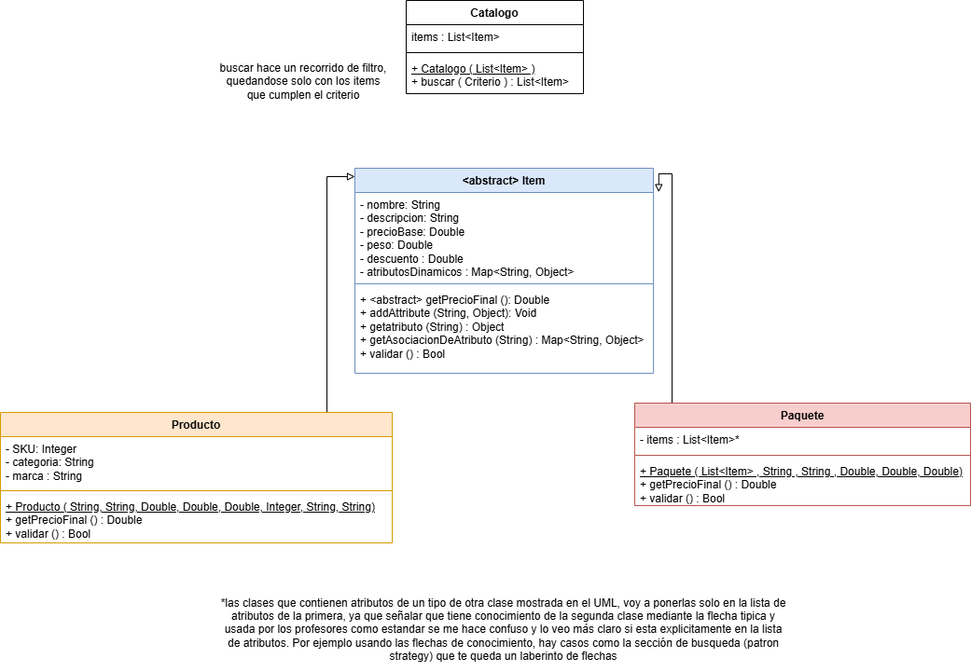
Earlier version of the draw.io export src/catalogo/UML.png (DemartinoFrancisco/UNQ-Shop). Source tidied: cells renumbered, new cells last; positions are measured from the earlier drawing's top-left corner, leaving out a move shared by most shapes.
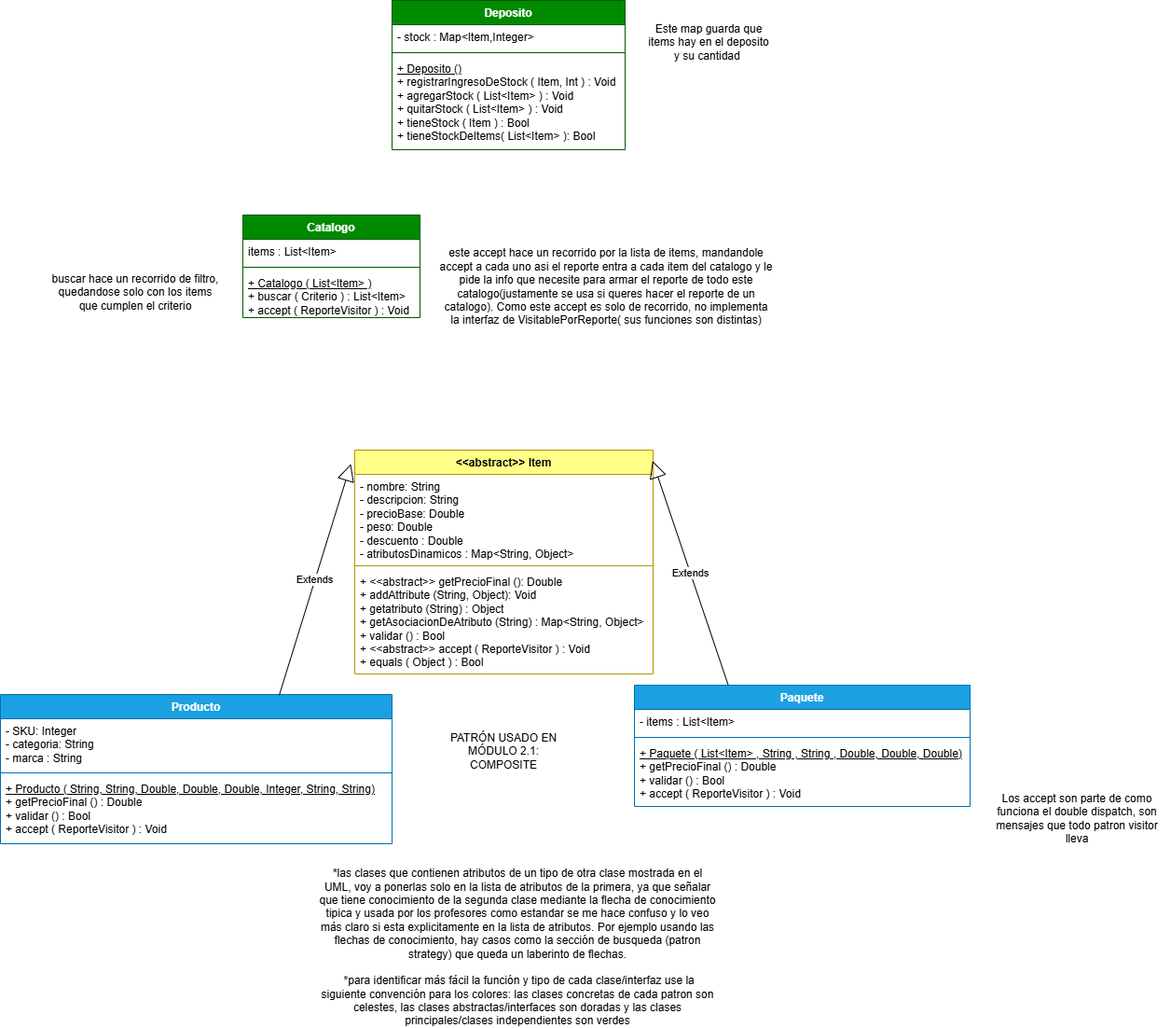
Later version of the same file.

The edit, as a diff of the source:
```diff
@@ -2,16 +2,29 @@
   <root>
     <mxCell id="0" />
     <mxCell id="1" parent="0" />
-    <mxCell id="2" style="edgeStyle=orthogonalEdgeStyle;rounded=0;jettySize=auto;html=1;endArrow=block;endFill=0;entryX=0;entryY=0.5;entryDx=0;entryDy=0;exitX=0.999;exitY=0.137;exitDx=0;exitDy=0;exitPerimeter=0;" parent="1" edge="1" source="3">
-      <mxGeometry relative="1" as="geometry">
-        <mxPoint x="380" y="189" as="targetPoint" />
-        <Array as="points">
-          <mxPoint x="350" y="189" />
-        </Array>
-      </mxGeometry>
-    </mxCell>
+    <mxCell id="20" value="buscar hace un recorrido de filtro, quedandose solo con los items que cumplen el criterio" style="text;html=1;whiteSpace=wrap;strokeColor=none;fillColor=none;align=center;verticalAlign=middle;rounded=0;" parent="1" vertex="1">
+      <mxGeometry x="10" y="488" width="190" height="30" as="geometry" />
+    </mxCell>
+    <mxCell id="16" value="Catalogo" style="swimlane;fontStyle=1;align=center;verticalAlign=top;horizontal=1;startSize=26;whiteSpace=wrap;html=1;fillColor=light-dark(#008A00,#00A500);fontColor=#ffffff;strokeColor=light-dark(#005700,#00A500);" parent="1" vertex="1">
+      <mxGeometry x="220" y="420" width="190" height="110" as="geometry" />
+    </mxCell>
+    <mxCell id="17" value="items : List&amp;lt;Item&amp;gt;" style="text;strokeColor=none;fillColor=none;align=left;verticalAlign=top;spacingLeft=4;spacingRight=4;overflow=hidden;whiteSpace=wrap;html=1;" parent="16" vertex="1">
+      <mxGeometry y="26" width="190" height="26" as="geometry" />
+    </mxCell>
+    <mxCell id="18" style="line;strokeWidth=1;fillColor=none;align=left;verticalAlign=middle;spacingTop=-1;spacingLeft=3;spacingRight=3;labelPosition=right;strokeColor=inherit;" parent="16" vertex="1">
+      <mxGeometry y="52" width="190" height="8" as="geometry" />
+    </mxCell>
+    <mxCell id="22" value="&lt;u&gt;+ Catalogo ( List&amp;lt;Item&amp;gt; )&lt;/u&gt;&lt;div&gt;+ buscar ( Criterio ) : List&amp;lt;Item&amp;gt;&lt;/div&gt;&lt;div&gt;+ accept ( ReporteVisitor ) : Void&lt;/div&gt;" style="text;strokeColor=none;fillColor=none;align=left;verticalAlign=top;spacingLeft=4;spacingRight=4;overflow=hidden;whiteSpace=wrap;html=1;" parent="16" vertex="1">
+      <mxGeometry y="60" width="190" height="50" as="geometry" />
+    </mxCell>
+    <mxCell id="23" value="Los accept son parte de como funciona el double dispatch, son mensajes que todo patron visitor lleva" style="text;html=1;whiteSpace=wrap;strokeColor=none;fillColor=none;align=center;verticalAlign=middle;rounded=0;" parent="1" vertex="1">
+      <mxGeometry x="1015" y="1052" width="200" height="30" as="geometry" />
+    </mxCell>
+    <mxCell id="24" value="este accept hace un recorrido por la lista de items, mandandole accept a cada uno asi el reporte entra a cada item del catalogo y le pide la info que necesite para armar el reporte de todo este catalogo(justamente se usa si queres hacer el reporte de un catalogo). Como este accept es solo de recorrido, no implementa la interfaz de VisitablePorReporte( sus funciones son distintas)" style="text;html=1;whiteSpace=wrap;strokeColor=none;fillColor=none;align=center;verticalAlign=middle;rounded=0;" parent="1" vertex="1">
+      <mxGeometry x="430" y="482" width="360" height="30" as="geometry" />
+    </mxCell>
-    <mxCell id="3" value="Producto" style="swimlane;fontStyle=1;align=center;verticalAlign=top;horizontal=1;startSize=26;whiteSpace=wrap;html=1;fillColor=#ffe6cc;strokeColor=#d79b00;" parent="1" vertex="1">
-      <mxGeometry y="442" width="420" height="140" as="geometry" />
+    <mxCell id="3" value="Producto" style="swimlane;fontStyle=1;align=center;verticalAlign=top;horizontal=1;startSize=26;whiteSpace=wrap;html=1;fillColor=light-dark(#1BA1E2,#00FFFF);strokeColor=light-dark(#006EAF,#00FFFF);fontColor=#ffffff;" parent="1" vertex="1">
+      <mxGeometry x="-40" y="934" width="420" height="160" as="geometry" />
     </mxCell>
     <mxCell id="4" value="&lt;div&gt;- SKU: Integer&lt;/div&gt;&lt;div&gt;- categoria: String&lt;/div&gt;- marca : String" style="text;strokeColor=none;fillColor=none;align=left;verticalAlign=top;spacingLeft=4;spacingRight=4;overflow=hidden;whiteSpace=wrap;html=1;" parent="3" vertex="1">
       <mxGeometry y="26" width="420" height="54" as="geometry" />
@@ -19,59 +32,59 @@
     <mxCell id="5" style="line;strokeWidth=1;fillColor=none;align=left;verticalAlign=middle;spacingTop=-1;spacingLeft=3;spacingRight=3;labelPosition=right;strokeColor=inherit;" parent="3" vertex="1">
       <mxGeometry y="80" width="420" height="8" as="geometry" />
     </mxCell>
-    <mxCell id="6" value="&lt;u&gt;+ Producto ( String, String, Double, Double, Double, Integer, String, String)&lt;/u&gt;&lt;div&gt;+ getPrecioFinal () : Double&amp;nbsp;&lt;/div&gt;&lt;div&gt;+ validar () : Bool&lt;/div&gt;&lt;div&gt;&lt;br&gt;&lt;/div&gt;" style="text;strokeColor=none;fillColor=none;align=left;verticalAlign=top;spacingLeft=4;spacingRight=4;overflow=hidden;whiteSpace=wrap;html=1;fontStyle=0;fontFamily=Helvetica;fontSize=12;fontColor=default;" parent="3" vertex="1">
-      <mxGeometry y="88" width="420" height="52" as="geometry" />
-    </mxCell>
-    <mxCell id="7" value="&amp;lt;&lt;span style=&quot;background-color: transparent; color: light-dark(rgb(0, 0, 0), rgb(255, 255, 255));&quot;&gt;abstract&amp;gt; Item&lt;/span&gt;" style="swimlane;fontStyle=1;align=center;verticalAlign=top;horizontal=1;startSize=26;whiteSpace=wrap;html=1;fillColor=#dae8fc;strokeColor=#6c8ebf;" parent="1" vertex="1">
-      <mxGeometry x="380" y="180" width="320" height="220" as="geometry" />
-    </mxCell>
+    <mxCell id="25" value="&lt;u&gt;+ Producto ( String, String, Double, Double, Double, Integer, String, String)&lt;/u&gt;&lt;div&gt;+ getPrecioFinal () : Double&amp;nbsp;&lt;/div&gt;&lt;div&gt;+ validar () : Bool&lt;/div&gt;&lt;div&gt;+ accept ( ReporteVisitor ) : Void&lt;/div&gt;" style="text;strokeColor=none;fillColor=none;align=left;verticalAlign=top;spacingLeft=4;spacingRight=4;overflow=hidden;whiteSpace=wrap;html=1;fontStyle=0;fontFamily=Helvetica;fontSize=12;fontColor=default;" parent="3" vertex="1">
+      <mxGeometry y="88" width="420" height="72" as="geometry" />
+    </mxCell>
+    <mxCell id="26" value="&amp;lt;&amp;lt;&lt;span style=&quot;background-color: transparent; color: light-dark(rgb(0, 0, 0), rgb(255, 255, 255));&quot;&gt;abstract&amp;gt;&amp;gt; Item&lt;/span&gt;" style="swimlane;fontStyle=1;align=center;verticalAlign=top;horizontal=1;startSize=26;whiteSpace=wrap;html=1;fillColor=light-dark(#FFFF88,#A0A000);strokeColor=light-dark(#B09500,#A3A300);fontColor=#000000;" parent="1" vertex="1">
+      <mxGeometry x="340" y="672" width="320" height="240" as="geometry" />
+    </mxCell>
-    <mxCell id="8" value="&lt;div&gt;- nombre: String&lt;/div&gt;&lt;div&gt;- descripcion: String&lt;/div&gt;- precioBase: Double&lt;div&gt;- peso: Double&lt;/div&gt;&lt;div&gt;- descuento : Double&lt;/div&gt;&lt;div&gt;- atributosDinamicos : Map&amp;lt;String, Object&amp;gt;&lt;/div&gt;" style="text;strokeColor=none;fillColor=none;align=left;verticalAlign=top;spacingLeft=4;spacingRight=4;overflow=hidden;points=[[0,0.5],[1,0.5]];portConstraint=eastwest;whiteSpace=wrap;html=1;" parent="7" vertex="1">
+    <mxCell id="8" value="&lt;div&gt;- nombre: String&lt;/div&gt;&lt;div&gt;- descripcion: String&lt;/div&gt;- precioBase: Double&lt;div&gt;- peso: Double&lt;/div&gt;&lt;div&gt;- descuento : Double&lt;/div&gt;&lt;div&gt;- atributosDinamicos : Map&amp;lt;String, Object&amp;gt;&lt;/div&gt;" style="text;strokeColor=none;fillColor=none;align=left;verticalAlign=top;spacingLeft=4;spacingRight=4;overflow=hidden;points=[[0,0.5],[1,0.5]];portConstraint=eastwest;whiteSpace=wrap;html=1;" parent="26" vertex="1">
       <mxGeometry y="26" width="320" height="94" as="geometry" />
     </mxCell>
-    <mxCell id="9" style="line;strokeWidth=1;fillColor=none;align=left;verticalAlign=middle;spacingTop=-1;spacingLeft=3;spacingRight=3;labelPosition=right;strokeColor=inherit;" parent="7" vertex="1">
+    <mxCell id="9" style="line;strokeWidth=1;fillColor=none;align=left;verticalAlign=middle;spacingTop=-1;spacingLeft=3;spacingRight=3;labelPosition=right;strokeColor=inherit;" parent="26" vertex="1">
       <mxGeometry y="120" width="320" height="8" as="geometry" />
     </mxCell>
-    <mxCell id="10" value="&lt;div&gt;+ &amp;lt;abstract&amp;gt; getPrecioFinal (): Double&lt;/div&gt;&lt;div&gt;+ addAttribute (String, Object): Void&lt;/div&gt;&lt;div&gt;+ getatributo (String) : Object&lt;/div&gt;&lt;div&gt;+ getAsociacionDeAtributo (String) : Map&amp;lt;String, Object&amp;gt;&amp;nbsp;&lt;/div&gt;&lt;div&gt;+ validar () : Bool&lt;/div&gt;" style="text;strokeColor=none;fillColor=none;align=left;verticalAlign=top;spacingLeft=4;spacingRight=4;overflow=hidden;whiteSpace=wrap;html=1;" parent="7" vertex="1">
-      <mxGeometry y="128" width="320" height="92" as="geometry" />
-    </mxCell>
-    <mxCell id="11" style="edgeStyle=orthogonalEdgeStyle;rounded=0;jettySize=auto;html=1;endArrow=block;endFill=0;exitX=0.004;exitY=0.212;exitDx=0;exitDy=0;exitPerimeter=0;entryX=1.018;entryY=-0.004;entryDx=0;entryDy=0;entryPerimeter=0;" parent="1" edge="1" source="12" target="8">
-      <mxGeometry relative="1" as="geometry">
-        <Array as="points">
-          <mxPoint x="720" y="457" />
-          <mxPoint x="720" y="186" />
-          <mxPoint x="706" y="186" />
-        </Array>
-      </mxGeometry>
-    </mxCell>
+    <mxCell id="27" value="&lt;div&gt;+ &amp;lt;&amp;lt;abstract&amp;gt;&amp;gt; getPrecioFinal (): Double&lt;/div&gt;&lt;div&gt;+ addAttribute (String, Object): Void&lt;/div&gt;&lt;div&gt;+ getatributo (String) : Object&lt;/div&gt;&lt;div&gt;+ getAsociacionDeAtributo (String) : Map&amp;lt;String, Object&amp;gt;&amp;nbsp;&lt;/div&gt;&lt;div&gt;+ validar () : Bool&lt;/div&gt;&lt;div&gt;+ &amp;lt;&amp;lt;abstract&amp;gt;&amp;gt; accept ( ReporteVisitor ) : Void&lt;/div&gt;&lt;div&gt;+ equals ( Object ) : Bool&lt;/div&gt;" style="text;strokeColor=none;fillColor=none;align=left;verticalAlign=top;spacingLeft=4;spacingRight=4;overflow=hidden;whiteSpace=wrap;html=1;" parent="26" vertex="1">
+      <mxGeometry y="128" width="320" height="112" as="geometry" />
+    </mxCell>
-    <mxCell id="12" value="Paquete" style="swimlane;fontStyle=1;align=center;verticalAlign=top;horizontal=1;startSize=26;whiteSpace=wrap;html=1;fillColor=#f8cecc;strokeColor=#b85450;" parent="1" vertex="1">
-      <mxGeometry x="680" y="432" width="360" height="110" as="geometry" />
+    <mxCell id="12" value="Paquete" style="swimlane;fontStyle=1;align=center;verticalAlign=top;horizontal=1;startSize=26;whiteSpace=wrap;html=1;fillColor=light-dark(#1BA1E2,#00FFFF);strokeColor=light-dark(#006EAF,#00FFFF);fontColor=#ffffff;" parent="1" vertex="1">
+      <mxGeometry x="640" y="924" width="360" height="130" as="geometry" />
     </mxCell>
-    <mxCell id="13" value="- items : List&amp;lt;Item&amp;gt;*" style="text;strokeColor=none;fillColor=none;align=left;verticalAlign=top;spacingLeft=4;spacingRight=4;overflow=hidden;whiteSpace=wrap;html=1;" parent="12" vertex="1">
-      <mxGeometry y="26" width="360" height="26" as="geometry" />
-    </mxCell>
+    <mxCell id="28" value="- items : List&amp;lt;Item&amp;gt;" style="text;strokeColor=none;fillColor=none;align=left;verticalAlign=top;spacingLeft=4;spacingRight=4;overflow=hidden;whiteSpace=wrap;html=1;" parent="12" vertex="1">
+      <mxGeometry y="26" width="360" height="26" as="geometry" />
+    </mxCell>
     <mxCell id="14" style="line;strokeWidth=1;fillColor=none;align=left;verticalAlign=middle;spacingTop=-1;spacingLeft=3;spacingRight=3;labelPosition=right;strokeColor=inherit;" parent="12" vertex="1">
       <mxGeometry y="52" width="360" height="8" as="geometry" />
     </mxCell>
-    <mxCell id="15" value="&lt;u&gt;+ Paquete ( List&amp;lt;Item&amp;gt; , String , String , Double, Double, Double)&lt;/u&gt;&amp;nbsp;&lt;div&gt;+ getPrecioFinal () : Double&lt;/div&gt;&lt;div&gt;+ validar () : Bool&lt;/div&gt;" style="text;strokeColor=none;fillColor=none;align=left;verticalAlign=top;spacingLeft=4;spacingRight=4;overflow=hidden;whiteSpace=wrap;html=1;fontStyle=0;fontFamily=Helvetica;fontSize=12;fontColor=default;" parent="12" vertex="1">
-      <mxGeometry y="60" width="360" height="50" as="geometry" />
-    </mxCell>
-    <mxCell id="16" value="Catalogo" style="swimlane;fontStyle=1;align=center;verticalAlign=top;horizontal=1;startSize=26;whiteSpace=wrap;html=1;" parent="1" vertex="1">
-      <mxGeometry x="435" width="190" height="100" as="geometry" />
-    </mxCell>
-    <mxCell id="17" value="items : List&amp;lt;Item&amp;gt;" style="text;strokeColor=none;fillColor=none;align=left;verticalAlign=top;spacingLeft=4;spacingRight=4;overflow=hidden;whiteSpace=wrap;html=1;" parent="16" vertex="1">
-      <mxGeometry y="26" width="190" height="26" as="geometry" />
-    </mxCell>
-    <mxCell id="18" style="line;strokeWidth=1;fillColor=none;align=left;verticalAlign=middle;spacingTop=-1;spacingLeft=3;spacingRight=3;labelPosition=right;strokeColor=inherit;" parent="16" vertex="1">
-      <mxGeometry y="52" width="190" height="8" as="geometry" />
-    </mxCell>
-    <mxCell id="19" value="&lt;u&gt;+ Catalogo ( List&amp;lt;Item&amp;gt; )&lt;/u&gt;&lt;div&gt;+ buscar ( Criterio ) : List&amp;lt;Item&amp;gt;&lt;/div&gt;" style="text;strokeColor=none;fillColor=none;align=left;verticalAlign=top;spacingLeft=4;spacingRight=4;overflow=hidden;whiteSpace=wrap;html=1;" parent="16" vertex="1">
-      <mxGeometry y="60" width="190" height="40" as="geometry" />
-    </mxCell>
-    <mxCell id="20" value="buscar hace un recorrido de filtro, quedandose solo con los items que cumplen el criterio" style="text;html=1;whiteSpace=wrap;strokeColor=none;fillColor=none;align=center;verticalAlign=middle;rounded=0;" parent="1" vertex="1">
-      <mxGeometry x="230" y="72" width="190" height="30" as="geometry" />
-    </mxCell>
-    <mxCell id="21" value="*las clases que contienen atributos de un tipo de otra clase mostrada en el UML, voy a ponerlas solo en la lista de atributos de la primera, ya que señalar que tiene conocimiento de la segunda clase mediante la flecha tipica y usada por los profesores como estandar se me hace confuso y lo veo más claro si esta explicitamente en la lista de atributos. Por ejemplo usando las flechas de conocimiento, hay casos como la sección de busqueda (patron strategy) que te queda un laberinto de flechas" style="text;html=1;whiteSpace=wrap;strokeColor=none;fillColor=none;align=center;verticalAlign=middle;rounded=0;" parent="1" vertex="1">
-      <mxGeometry x="233.3" y="630" width="613.4" height="90" as="geometry" />
-    </mxCell>
+    <mxCell id="29" value="&lt;u&gt;+ Paquete ( List&amp;lt;Item&amp;gt; , String , String , Double, Double, Double)&lt;/u&gt;&amp;nbsp;&lt;div&gt;+ getPrecioFinal () : Double&lt;/div&gt;&lt;div&gt;+ validar () : Bool&lt;/div&gt;&lt;div&gt;+ accept ( ReporteVisitor ) : Void&lt;/div&gt;" style="text;strokeColor=none;fillColor=none;align=left;verticalAlign=top;spacingLeft=4;spacingRight=4;overflow=hidden;whiteSpace=wrap;html=1;fontStyle=0;fontFamily=Helvetica;fontSize=12;fontColor=default;" parent="12" vertex="1">
+      <mxGeometry y="60" width="360" height="70" as="geometry" />
+    </mxCell>
+    <mxCell id="30" value="Deposito" style="swimlane;fontStyle=1;align=center;verticalAlign=top;horizontal=1;startSize=26;whiteSpace=wrap;html=1;fillColor=light-dark(#008A00,#00A500);fontColor=#ffffff;strokeColor=light-dark(#005700,#00A500);" parent="1" vertex="1">
+      <mxGeometry x="380" y="190" width="250" height="160" as="geometry" />
+    </mxCell>
+    <mxCell id="31" value="- stock : Map&amp;lt;Item,Integer&amp;gt;" style="text;strokeColor=none;fillColor=none;align=left;verticalAlign=top;spacingLeft=4;spacingRight=4;overflow=hidden;whiteSpace=wrap;html=1;" parent="30" vertex="1">
+      <mxGeometry y="26" width="250" height="26" as="geometry" />
+    </mxCell>
+    <mxCell id="32" style="line;strokeWidth=1;fillColor=none;align=left;verticalAlign=middle;spacingTop=-1;spacingLeft=3;spacingRight=3;labelPosition=right;strokeColor=inherit;" parent="30" vertex="1">
+      <mxGeometry y="52" width="250" height="8" as="geometry" />
+    </mxCell>
+    <mxCell id="33" value="&lt;u&gt;+ Deposito ()&lt;/u&gt;&lt;div&gt;+ registrarIngresoDeStock ( Item, Int ) : Void&lt;/div&gt;&lt;div&gt;+ agregarStock ( List&amp;lt;Item&amp;gt; ) : Void&lt;/div&gt;&lt;div&gt;+ quitarStock ( List&amp;lt;Item&amp;gt; ) : Void&lt;/div&gt;&lt;div&gt;+ tieneStock ( Item ) : Bool&lt;/div&gt;&lt;div&gt;&lt;span style=&quot;font-size: 12px;&quot;&gt;+ tieneStockDeItems( List&amp;lt;Item&amp;gt; ): Bool&lt;/span&gt;&lt;/div&gt;" style="text;strokeColor=none;fillColor=none;align=left;verticalAlign=top;spacingLeft=4;spacingRight=4;overflow=hidden;whiteSpace=wrap;html=1;" parent="30" vertex="1">
+      <mxGeometry y="60" width="250" height="100" as="geometry" />
+    </mxCell>
+    <mxCell id="34" value="Este map guarda que items hay en el deposito y su cantidad&amp;nbsp;" style="text;html=1;whiteSpace=wrap;strokeColor=none;fillColor=none;align=center;verticalAlign=middle;rounded=0;" parent="1" vertex="1">
+      <mxGeometry x="650" y="220" width="140" height="30" as="geometry" />
+    </mxCell>
+    <mxCell id="35" value="PATRÓN USADO EN MÓDULO 2.1: COMPOSITE" style="text;html=1;whiteSpace=wrap;strokeColor=none;fillColor=none;align=center;verticalAlign=middle;rounded=0;" parent="1" vertex="1">
+      <mxGeometry x="435" y="980" width="130" height="30" as="geometry" />
+    </mxCell>
+    <mxCell id="36" value="Extends" style="endArrow=block;endSize=16;endFill=0;html=1;rounded=0;entryX=-0.013;entryY=0.062;entryDx=0;entryDy=0;entryPerimeter=0;exitX=0.712;exitY=0.004;exitDx=0;exitDy=0;exitPerimeter=0;" parent="1" edge="1" source="3" target="26">
+      <mxGeometry relative="1" as="geometry" />
+    </mxCell>
+    <mxCell id="37" value="Extends" style="endArrow=block;endSize=16;endFill=0;html=1;rounded=0;entryX=0.998;entryY=0.048;entryDx=0;entryDy=0;entryPerimeter=0;exitX=0.279;exitY=-0.004;exitDx=0;exitDy=0;exitPerimeter=0;" parent="1" edge="1" source="12" target="26">
+      <mxGeometry relative="1" as="geometry" />
+    </mxCell>
+    <mxCell id="38" value="*las clases que contienen atributos de un tipo de otra clase mostrada en el UML, voy a ponerlas solo en la lista de atributos de la primera, ya que señalar que tiene conocimiento de la segunda clase mediante la flecha de conocimiento tipica y usada por los profesores como estandar se me hace confuso y lo veo más claro si esta explicitamente en la lista de atributos. Por ejemplo usando las flechas de conocimiento, hay casos como la sección de busqueda (patron strategy) que queda un laberinto de flechas.&lt;div&gt;&lt;br&gt;&lt;/div&gt;&lt;div&gt;&amp;nbsp;&lt;span style=&quot;background-color: transparent; color: light-dark(rgb(0, 0, 0), rgb(255, 255, 255));&quot;&gt;*para identificar más fácil la función y tipo de cada clase/interfaz use la siguiente convención para los colores: las clases concretas de cada patron son celestes, las clases abstractas/interfaces son doradas y las clases principales/clases independientes son verdes&lt;/span&gt;&lt;/div&gt;" style="text;html=1;whiteSpace=wrap;strokeColor=none;fillColor=none;align=center;verticalAlign=middle;rounded=0;" parent="1" vertex="1">
+      <mxGeometry x="300" y="1190" width="430" height="30" as="geometry" />
+    </mxCell>
   </root>
 </mxGraphModel>
```
